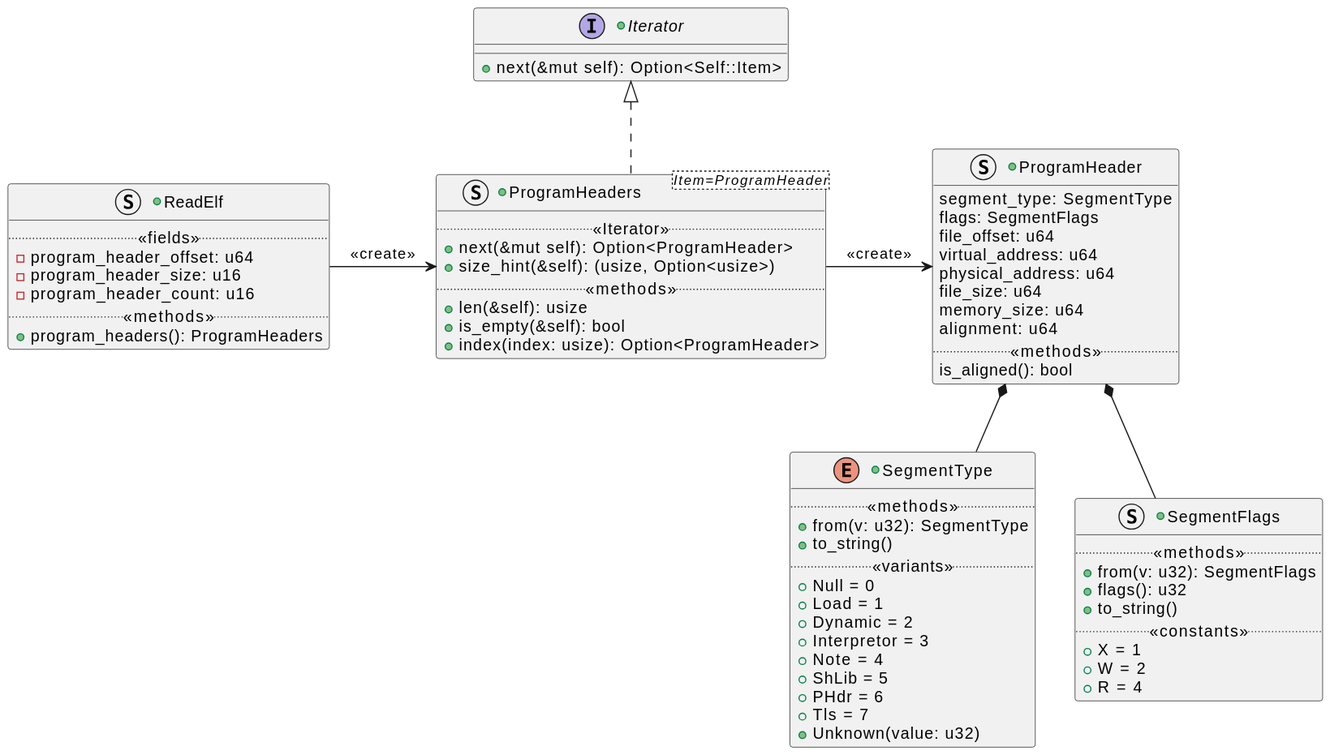
The PlantUML diagram readelf/doc/assets/readelf-ph/readelf_ph.svg in jcurl/rustlib, before a commit.
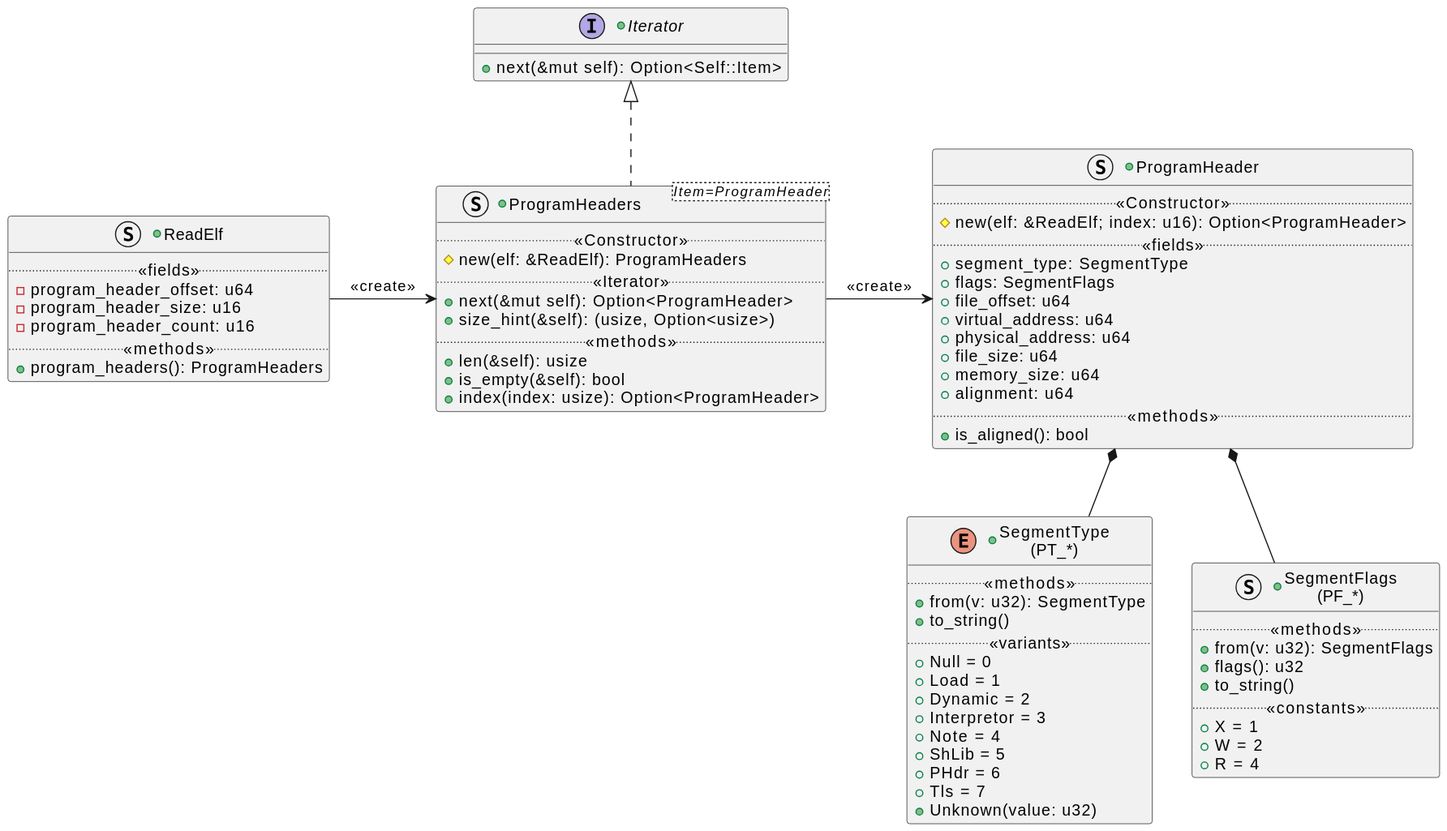
After the change.

Diff of the diagram source:
```diff
@@ -13,6 +13,8 @@
 }
 
 +struct ProgramHeaders<Item=ProgramHeader> {
+    .. <<Constructor>> ..
+    #new(elf: &ReadElf): ProgramHeaders
     .. <<Iterator>> ..
     +next(&mut self): Option<ProgramHeader>
     +size_hint(&self): (usize, Option<usize>)
@@ -23,19 +25,22 @@
 }
 
 +struct ProgramHeader {
-    segment_type: SegmentType
-    flags: SegmentFlags
-    file_offset: u64
-    virtual_address: u64
-    physical_address: u64
-    file_size: u64
-    memory_size: u64
-    alignment: u64
+    .. <<Constructor>> ..
+    #new(elf: &ReadElf; index: u16): Option<ProgramHeader>
+    .. <<fields>> ..
+    +segment_type: SegmentType
+    +flags: SegmentFlags
+    +file_offset: u64
+    +virtual_address: u64
+    +physical_address: u64
+    +file_size: u64
+    +memory_size: u64
+    +alignment: u64
     .. <<methods>> ..
-    is_aligned(): bool
+    +is_aligned(): bool
 }
 
-+enum SegmentType {
++enum SegmentType as "SegmentType\n(PT_*)" {
     .. <<methods>> ..
     +from(v: u32): SegmentType
     +to_string()
@@ -51,7 +56,7 @@
     +Unknown(value: u32)
 }
 
-+struct SegmentFlags {
++struct SegmentFlags as "SegmentFlags\n(PF_*)" {
     .. <<methods>> ..
     +from(v: u32): SegmentFlags
     +flags(): u32
```
